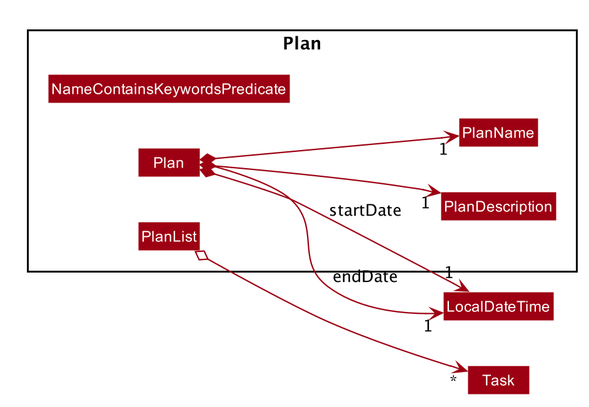
The PlantUML diagram docs/images/design/model/PlanPackageDiagram.png in CS2103T-W11-1/main, before a commit. The source it was exported from:
```plantuml
@startuml








skinparam BackgroundColor #FFFFFFF

skinparam Shadowing false

skinparam Class {
    FontColor #FFFFFF
    BorderThickness 1
    BorderColor #FFFFFF
    StereotypeFontColor #FFFFFF
    FontName Arial
}

skinparam Actor {
    BorderColor #000000
    Color #000000
    FontName Arial
}

skinparam Sequence {
    MessageAlign center
    BoxFontSize 15
    BoxPadding 0
    BoxFontColor #FFFFFF
    FontName Arial
}

skinparam Participant {
    FontColor #FFFFFFF
    Padding 20
}

skinparam MinClassWidth 50
skinparam ParticipantPadding 10
skinparam Shadowing false
skinparam DefaultTextAlignment center
skinparam packageStyle Rectangle

hide footbox
hide members
hide circle
left to right direction
skinparam arrowThickness 1.1
skinparam arrowColor #9D0012
skinparam classBackgroundColor #9D0012

show <<enumeration>> fields

Package Plan {
    Class NameContainsKeywordsPredicate
    Class Plan
    Class PlanDescription
    Class PlanList
    Class PlanName
}

Plan *--> "1" PlanName
Plan *--> "1" PlanDescription
Plan *--> "1" LocalDateTime : startDate
Plan *--> "1" LocalDateTime : endDate
PlanList o--> "*" Task

@enduml
```
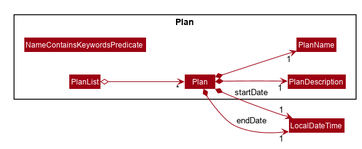
After the change.

Commit message:
Fix plan package diagram issue

What changed in the source:
```diff
@@ -66,6 +66,6 @@
 Plan *--> "1" PlanDescription
 Plan *--> "1" LocalDateTime : startDate
 Plan *--> "1" LocalDateTime : endDate
-PlanList o--> "*" Task
+PlanList o--> "*" Plan
 
 @enduml
```
